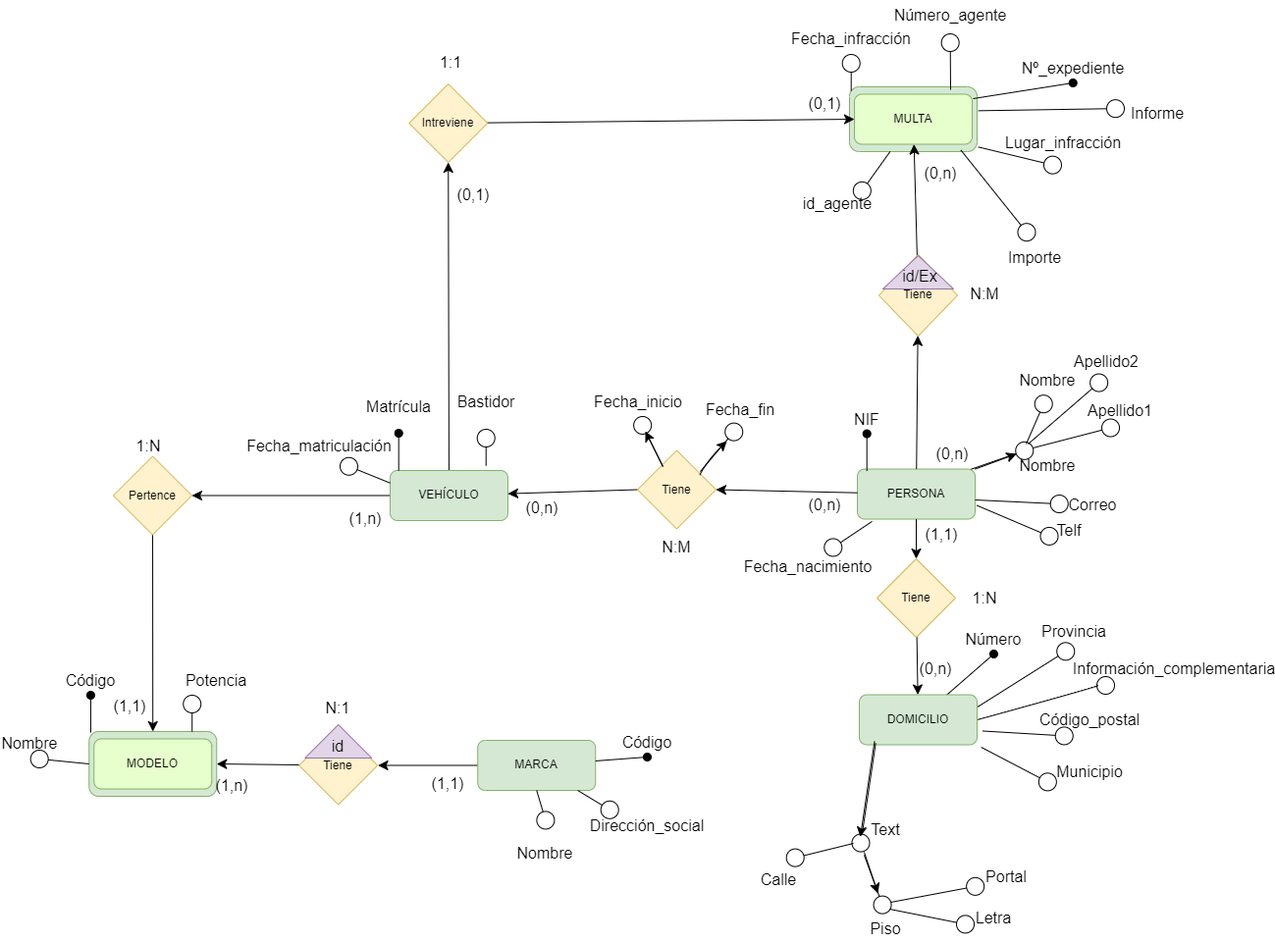
Before: Data Base/Exercise7.drawio.png, a diagram exported from draw.io (Samue45/1-DAM). Source tidied: cells renumbered, new cells last; positions are measured from the earlier drawing's top-left corner, leaving out a move shared by most shapes.
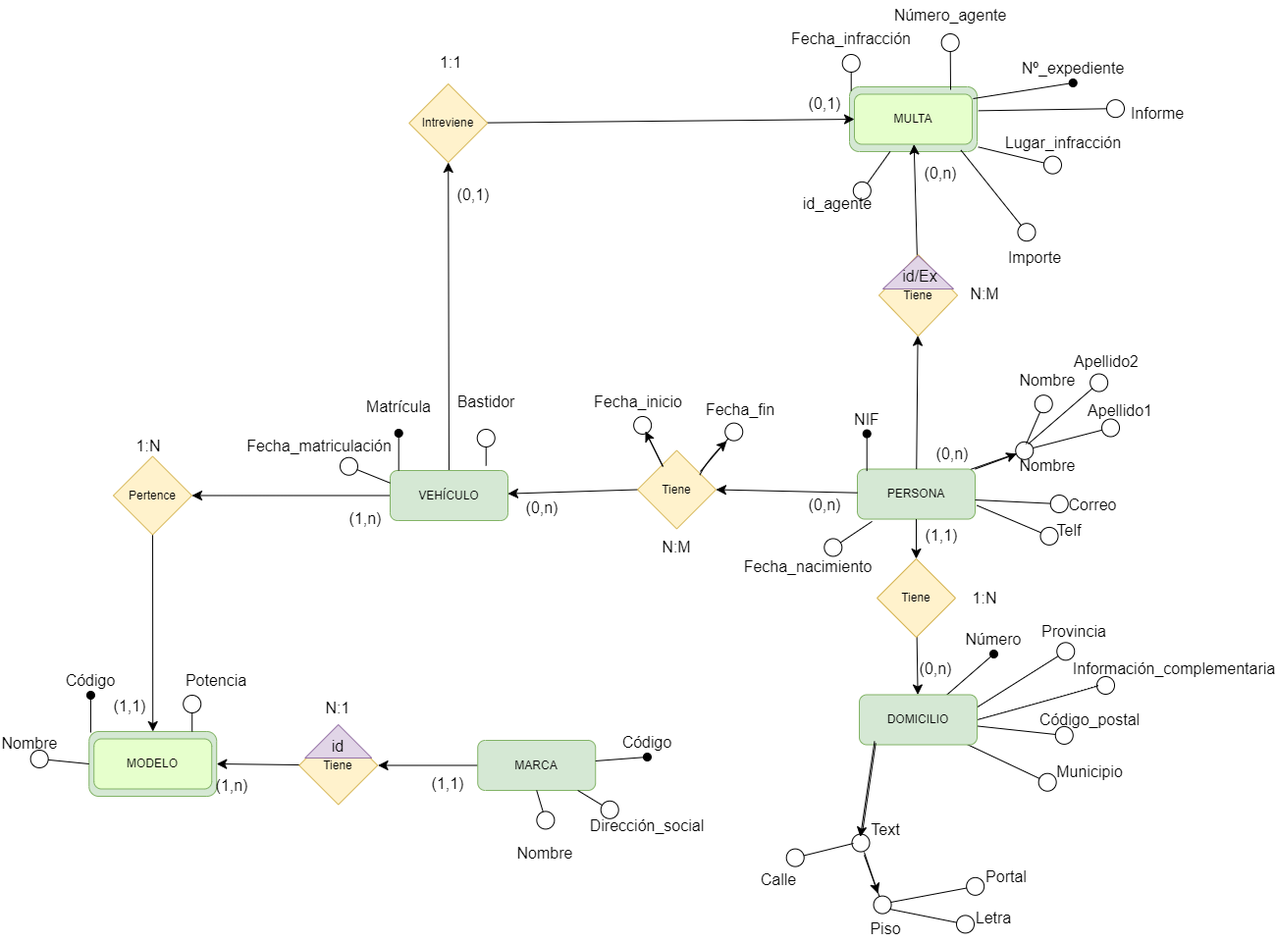
Later version of the same file.

The edit, as a diff of the source:
```diff
@@ -114,18 +114,16 @@
     <mxCell id="29" value="Código_postal" style="text;html=1;align=center;verticalAlign=middle;whiteSpace=wrap;rounded=0;fontSize=16;" parent="1" vertex="1">
       <mxGeometry x="1080" y="718" width="60" height="30" as="geometry" />
     </mxCell>
-    <mxCell id="30" style="endArrow=circle;html=1;rounded=0;fontSize=12;startSize=8;endSize=8;curved=1;entryX=0.5;entryY=1;entryDx=0;entryDy=0;endFill=0;exitX=1;exitY=0.75;exitDx=0;exitDy=0;" parent="1" edge="1">
+    <mxCell id="30" style="endArrow=circle;html=1;rounded=0;fontSize=12;startSize=8;endSize=8;curved=1;entryX=0.5;entryY=1;entryDx=0;entryDy=0;endFill=0;" parent="1" edge="1" source="47">
       <mxGeometry relative="1" as="geometry">
-        <mxPoint x="1001" y="744.5" as="sourcePoint" />
         <mxPoint x="1093.7" y="750" as="targetPoint" />
       </mxGeometry>
     </mxCell>
     <mxCell id="31" value="Municipio" style="text;html=1;align=center;verticalAlign=middle;whiteSpace=wrap;rounded=0;fontSize=16;" parent="1" vertex="1">
       <mxGeometry x="1080" y="771" width="60" height="30" as="geometry" />
     </mxCell>
-    <mxCell id="32" style="endArrow=circle;html=1;rounded=0;fontSize=12;startSize=8;endSize=8;curved=1;entryX=0.5;entryY=1;entryDx=0;entryDy=0;endFill=0;" parent="1" edge="1">
+    <mxCell id="32" style="endArrow=circle;html=1;rounded=0;fontSize=12;startSize=8;endSize=8;curved=1;entryX=0.5;entryY=1;entryDx=0;entryDy=0;endFill=0;exitX=0.856;exitY=0.926;exitDx=0;exitDy=0;exitPerimeter=0;" parent="1" edge="1" source="47">
       <mxGeometry relative="1" as="geometry">
-        <mxPoint x="999.2" y="761" as="sourcePoint" />
         <mxPoint x="1075.7" y="801" as="targetPoint" />
       </mxGeometry>
     </mxCell>
```
